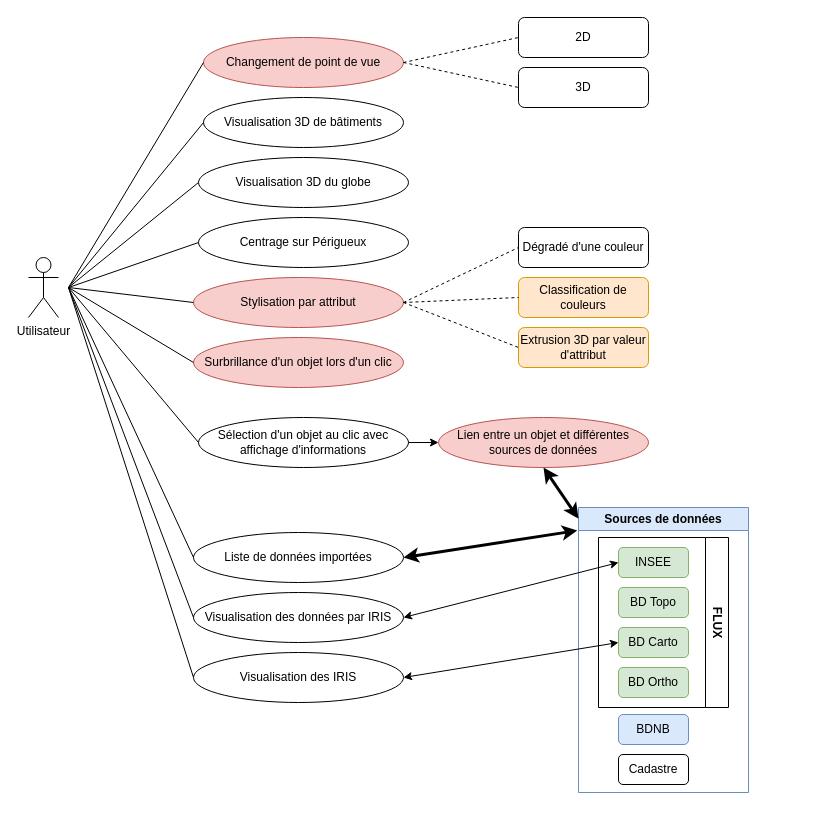
The draw.io diagram Use_case.drawio in EnzoVenon/Gemini_numeriques, before the edit. Source tidied: cells renumbered, new cells numbered last; positions are measured from the earlier drawing's top-left corner, leaving out a move shared by most shapes. Both pictures are drawn from the tidied source at 100%, with x=0, y=0 at pixel (28, 17).
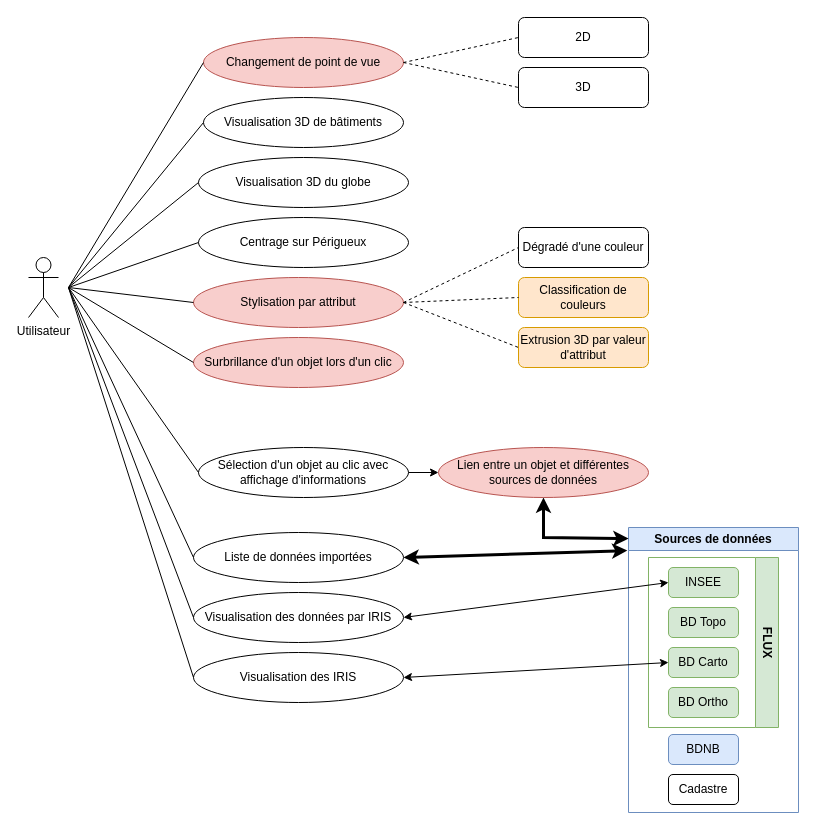
The same page after the edit.

Commit message:
Corrections diverses

Change to the diagram source:
```diff
@@
     <mxCell id="3" value="Sélection d'un objet au clic avec affichage d'informations" style="ellipse;whiteSpace=wrap;html=1;" parent="1" vertex="1">
-      <mxGeometry x="170" y="400" width="210" height="50" as="geometry" />
+      <mxGeometry x="170" y="430" width="210" height="50" as="geometry" />
     </mxCell>
@@
     <mxCell id="16" value="Sources de données" style="swimlane;whiteSpace=wrap;html=1;fillColor=#dae8fc;strokeColor=#6c8ebf;" parent="1" vertex="1">
-      <mxGeometry x="550" y="490" width="170" height="285" as="geometry" />
+      <mxGeometry x="600" y="510" width="170" height="285" as="geometry" />
     </mxCell>
@@
-    <mxCell id="19" value="&lt;div&gt;FLUX&lt;/div&gt;" style="swimlane;horizontal=0;whiteSpace=wrap;html=1;rotation=-180;" parent="16" vertex="1">
+    <mxCell id="19" value="&lt;div&gt;FLUX&lt;/div&gt;" style="swimlane;horizontal=0;whiteSpace=wrap;html=1;rotation=-180;fillColor=#d5e8d4;strokeColor=#82b366;" parent="16" vertex="1">
       <mxGeometry x="20" y="30" width="130" height="170" as="geometry" />
     </mxCell>
@@
     <mxCell id="36" value="Lien entre un objet et différentes sources de données " style="ellipse;whiteSpace=wrap;html=1;fillColor=#f8cecc;strokeColor=#b85450;" parent="1" vertex="1">
-      <mxGeometry x="410" y="400" width="210" height="50" as="geometry" />
+      <mxGeometry x="410" y="430" width="210" height="50" as="geometry" />
     </mxCell>
     <mxCell id="37" style="endArrow=classic;startArrow=classic;html=1;rounded=0;entryX=0;entryY=0.039;entryDx=0;entryDy=0;entryPerimeter=0;strokeWidth=3;exitX=0.5;exitY=1;exitDx=0;exitDy=0;" parent="1" edge="1" source="36" target="16">
-      <mxGeometry relative="1" as="geometry" />
+      <mxGeometry relative="1" as="geometry">
+        <Array as="points">
+          <mxPoint x="515" y="520" />
+        </Array>
+      </mxGeometry>
     </mxCell>
```
